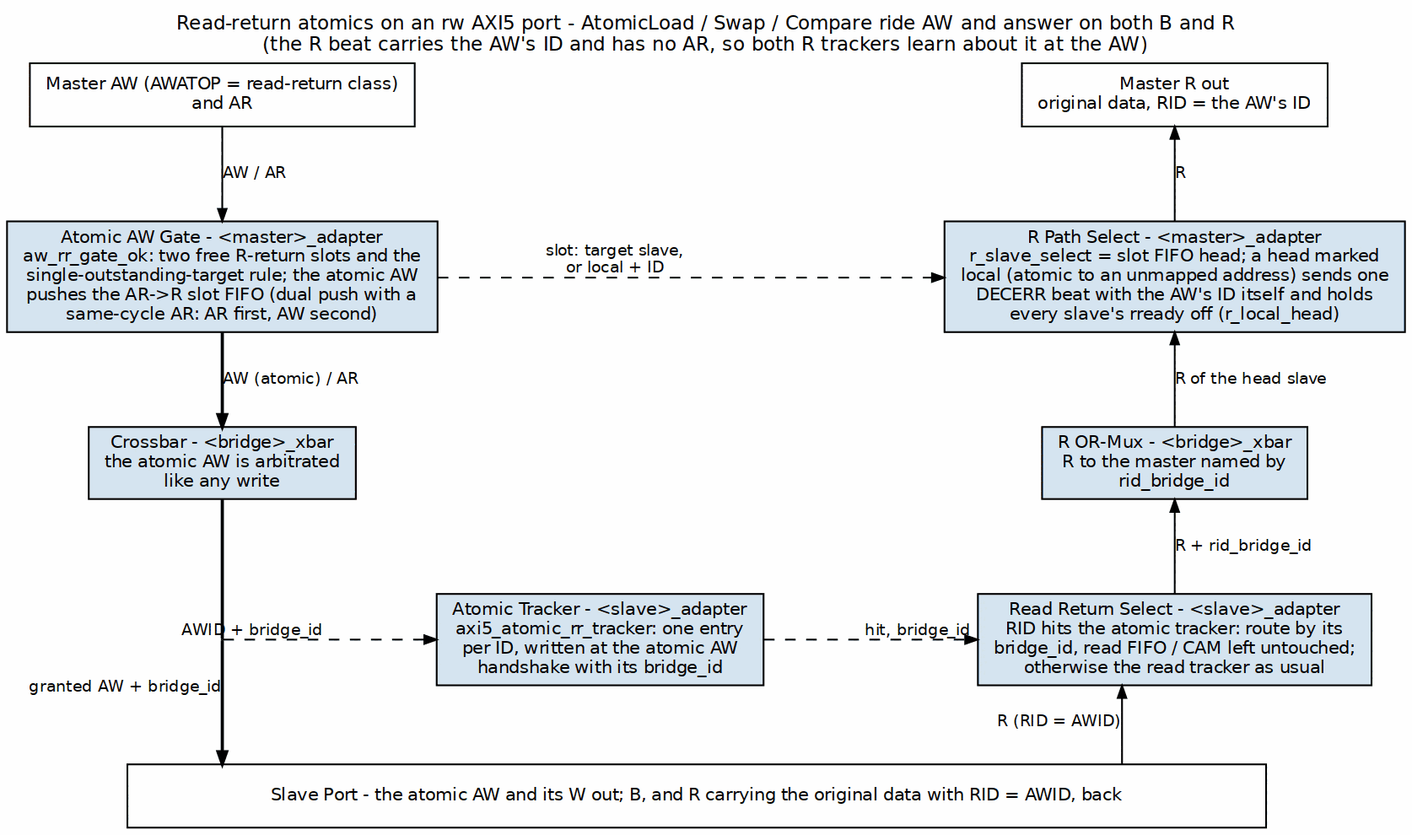
Earlier version of the Graphviz export projects/components/fabric-gen-ip/bridge/docs/bridge_mas/assets/graphviz/rr_atomics.png (sean-galloway/RTLDesignSherpa). Its source is kept beside it as projects/components/fabric-gen-ip/bridge/docs/bridge_mas/assets/graphviz/rr_atomics.dot. Its diagram source:
```dot
digraph rr_atomics {
    graph [rankdir=TB, bgcolor="white", fontname="Helvetica", fontsize=11,
           nodesep="0.85", ranksep="0.60", splines=ortho, labelloc=t,
           label="Read-return atomics on an rw AXI5 port - AtomicLoad / Swap / Compare ride AW and answer on both B and R\n(the R beat carries the AW's ID and has no AR, so both R trackers learn about it at the AW)"];
    node  [fontname="Helvetica", fontsize=10, shape=box, style=filled,
           fillcolor="#D6E4F0", color="black", margin="0.12,0.06"];
    edge  [fontname="Helvetica", fontsize=9, color="black", arrowsize=0.7];

    pc [label="Master AW (AWATOP = read-return class)\nand AR", fillcolor="white", group=C];
    pr [label="Master R out\noriginal data, RID = the AW's ID", fillcolor="white", group=R];
    { rank=same; pc; pr; }
    pc -> pr [style=invis];

    gate [label="Atomic AW Gate - <master>_adapter\naw_rr_gate_ok: two free R-return slots and the\nsingle-outstanding-target rule; the atomic AW\npushes the AR->R slot FIFO (dual push with a\nsame-cycle AR: AR first, AW second)", group=C];
    rsel [label="R Path Select - <master>_adapter\nr_slave_select = slot FIFO head; a head marked\nlocal (atomic to an unmapped address) sends one\nDECERR beat with the AW's ID itself and holds\nevery slave's rready off (r_local_head)", group=R];
    { rank=same; gate; rsel; }
    gate -> rsel [style=dashed, xlabel="slot: target slave,\nor local + ID"];

    xa [label="Crossbar - <bridge>_xbar\nthe atomic AW is arbitrated\nlike any write", group=C];
    xr [label="R OR-Mux - <bridge>_xbar\nR to the master named by\nrid_bridge_id", group=R];
    { rank=same; xa; xr; }
    xa -> xr [style=invis];

    pc3 [shape=point, width=0.01, label="", group=C];
    trk [label="Atomic Tracker - <slave>_adapter\naxi5_atomic_rr_tracker: one entry\nper ID, written at the atomic AW\nhandshake with its bridge_id"];
    rret [label="Read Return Select - <slave>_adapter\nRID hits the atomic tracker: route by its\nbridge_id, read FIFO / CAM left untouched;\notherwise the read tracker as usual", group=R];
    { rank=same; pc3; trk; rret; }
    pc3 -> trk [style=dashed, xlabel="AWID + bridge_id"];
    trk -> rret [style=dashed, xlabel="hit, bridge_id"];

    bar [label="Slave Port - the atomic AW and its W out; B, and R carrying the original data with RID = AWID, back", fillcolor="white", width=9];

    pc -> gate [label="AW / AR"];
    gate -> xa [label="AW (atomic) / AR", penwidth=1.8];
    xa -> pc3 [dir=none, penwidth=1.8];
    pc3 -> bar [xlabel="granted AW + bridge_id", penwidth=1.8];

    pr -> rsel [dir=back, label="R"];
    rsel -> xr [dir=back, label="R of the head slave"];
    xr -> rret [dir=back, label="R + rid_bridge_id"];
    rret -> bar [dir=back, xlabel="R (RID = AWID)"];
}
```
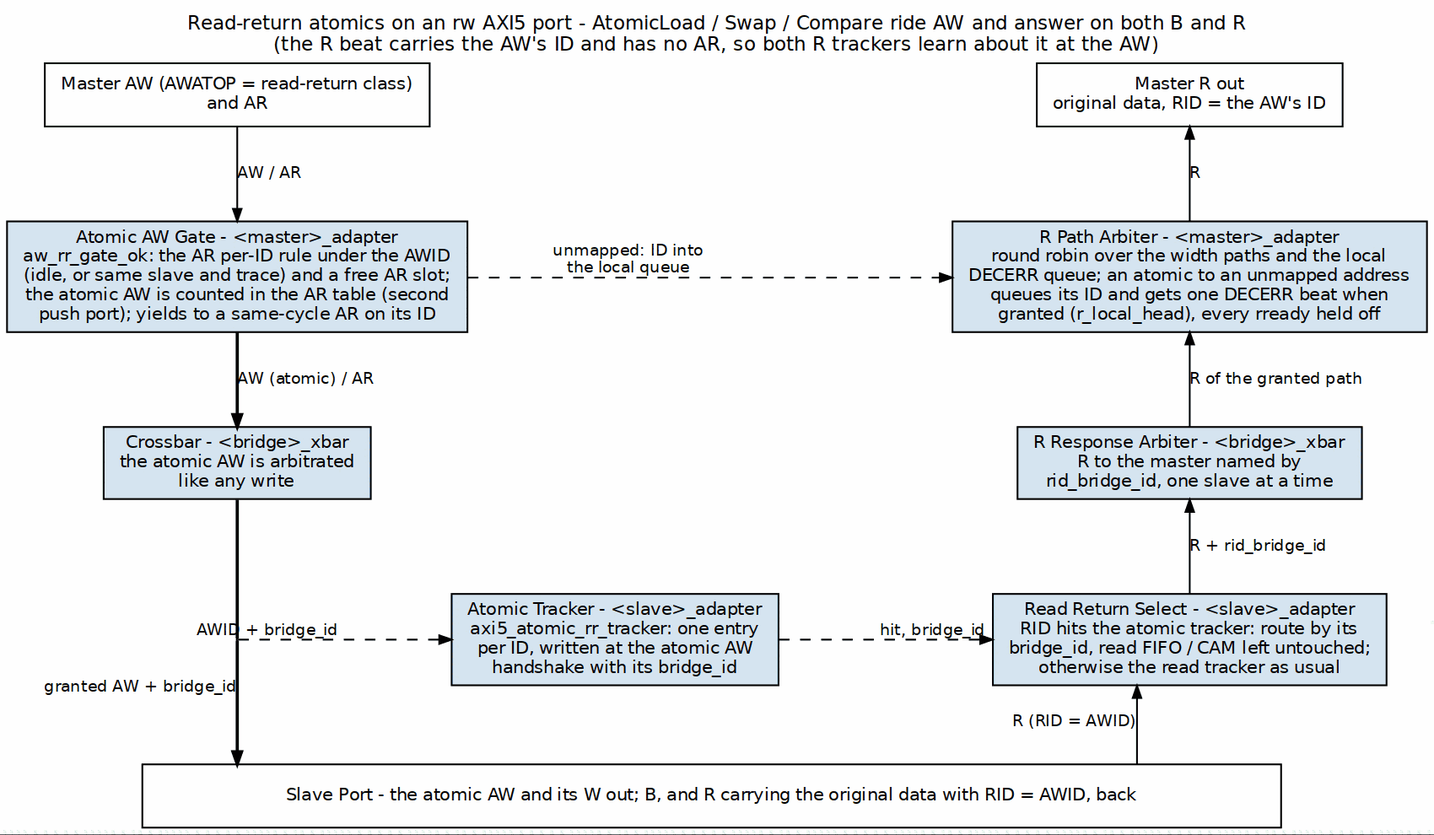
Above is the later version.

The edit, as a diff of the source:
```diff
@@ -11,13 +11,13 @@
     { rank=same; pc; pr; }
     pc -> pr [style=invis];
 
-    gate [label="Atomic AW Gate - <master>_adapter\naw_rr_gate_ok: two free R-return slots and the\nsingle-outstanding-target rule; the atomic AW\npushes the AR->R slot FIFO (dual push with a\nsame-cycle AR: AR first, AW second)", group=C];
-    rsel [label="R Path Select - <master>_adapter\nr_slave_select = slot FIFO head; a head marked\nlocal (atomic to an unmapped address) sends one\nDECERR beat with the AW's ID itself and holds\nevery slave's rready off (r_local_head)", group=R];
+    gate [label="Atomic AW Gate - <master>_adapter\naw_rr_gate_ok: the AR per-ID rule under the AWID\n(idle, or same slave and trace) and a free AR slot;\nthe atomic AW is counted in the AR table (second\npush port); yields to a same-cycle AR on its ID", group=C];
+    rsel [label="R Path Arbiter - <master>_adapter\nround robin over the width paths and the local\nDECERR queue; an atomic to an unmapped address\nqueues its ID and gets one DECERR beat when\ngranted (r_local_head), every rready held off", group=R];
     { rank=same; gate; rsel; }
-    gate -> rsel [style=dashed, xlabel="slot: target slave,\nor local + ID"];
+    gate -> rsel [style=dashed, xlabel="unmapped: ID into\nthe local queue"];
 
     xa [label="Crossbar - <bridge>_xbar\nthe atomic AW is arbitrated\nlike any write", group=C];
-    xr [label="R OR-Mux - <bridge>_xbar\nR to the master named by\nrid_bridge_id", group=R];
+    xr [label="R Response Arbiter - <bridge>_xbar\nR to the master named by\nrid_bridge_id, one slave at a time", group=R];
     { rank=same; xa; xr; }
     xa -> xr [style=invis];
 
@@ -36,7 +36,7 @@
     pc3 -> bar [xlabel="granted AW + bridge_id", penwidth=1.8];
 
     pr -> rsel [dir=back, label="R"];
-    rsel -> xr [dir=back, label="R of the head slave"];
+    rsel -> xr [dir=back, label="R of the granted path"];
     xr -> rret [dir=back, label="R + rid_bridge_id"];
     rret -> bar [dir=back, xlabel="R (RID = AWID)"];
 }
```
